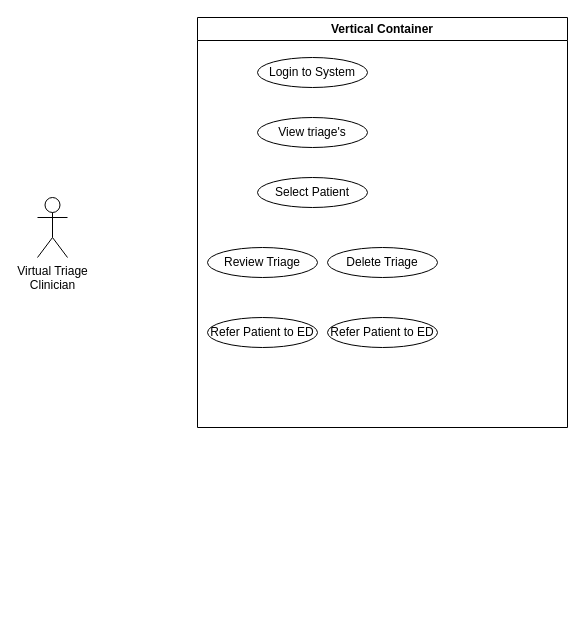
Earlier version of the draw.io diagram Untitled Diagram.drawio (SENG-350-Team-10/Team10). Source tidied: cells renumbered, new cells numbered last; positions are measured from the earlier drawing's top-left corner, leaving out a move shared by most shapes. Both pictures are drawn from the tidied source at 100%, with x=0, y=0 at pixel (37, 17).
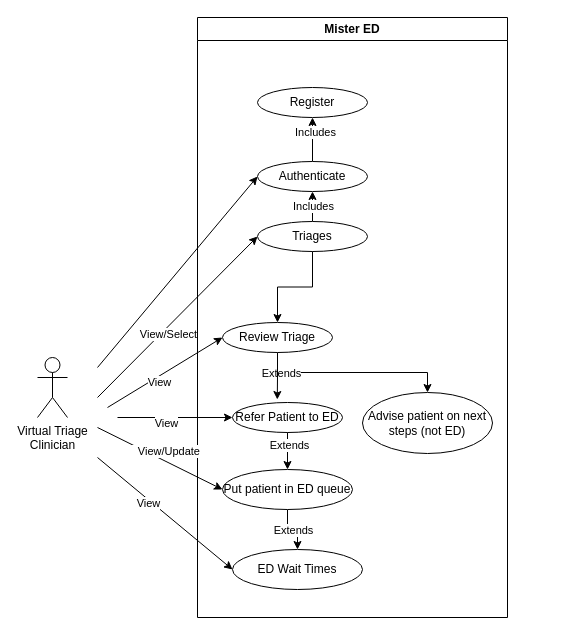
The same diagram, later.

What changed in the source:
```diff
@@
     <mxCell id="2" value="&lt;div&gt;Virtual Triage&lt;/div&gt;&lt;div&gt;Clinician&lt;br&gt;&lt;/div&gt;" style="shape=umlActor;verticalLabelPosition=bottom;verticalAlign=top;html=1;" parent="1" vertex="1">
-      <mxGeometry y="180" width="30" height="60" as="geometry" />
+      <mxGeometry y="340" width="30" height="60" as="geometry" />
     </mxCell>
-    <mxCell id="3" value="Vertical Container" style="swimlane;whiteSpace=wrap;html=1;" parent="1" vertex="1">
-      <mxGeometry x="160" width="370" height="410" as="geometry" />
+    <mxCell id="3" value="Mister ED" style="swimlane;whiteSpace=wrap;html=1;" parent="1" vertex="1">
+      <mxGeometry x="160" width="310" height="600" as="geometry" />
     </mxCell>
+    <mxCell id="11" style="edgeStyle=orthogonalEdgeStyle;rounded=0;jettySize=auto;html=1;exitX=0.5;exitY=0;exitDx=0;exitDy=0;entryX=0.5;entryY=1;entryDx=0;entryDy=0;" parent="3" edge="1" source="4" target="21">
+      <mxGeometry relative="1" as="geometry" />
+    </mxCell>
+    <mxCell id="12" value="Includes" style="edgeLabel;html=1;align=center;verticalAlign=middle;" parent="11" vertex="1">
+      <mxGeometry x="0.36" y="-2" relative="1" as="geometry" />
+    </mxCell>
-    <mxCell id="4" value="Login to System" style="ellipse;whiteSpace=wrap;html=1;" parent="3" vertex="1">
-      <mxGeometry x="60" y="40" width="110" height="30" as="geometry" />
+    <mxCell id="4" value="Authenticate" style="ellipse;whiteSpace=wrap;html=1;" parent="3" vertex="1">
+      <mxGeometry x="60" y="144" width="110" height="30" as="geometry" />
     </mxCell>
+    <mxCell id="13" style="edgeStyle=orthogonalEdgeStyle;rounded=0;jettySize=auto;html=1;exitX=0.5;exitY=0;exitDx=0;exitDy=0;entryX=0.5;entryY=1;entryDx=0;entryDy=0;" parent="3" edge="1" source="5" target="4">
+      <mxGeometry relative="1" as="geometry" />
+    </mxCell>
+    <mxCell id="14" value="Includes" style="edgeLabel;html=1;align=center;verticalAlign=middle;" parent="13" vertex="1">
+      <mxGeometry x="0.05" relative="1" as="geometry" />
+    </mxCell>
-    <mxCell id="5" value="View triage's" style="ellipse;whiteSpace=wrap;html=1;" parent="3" vertex="1">
-      <mxGeometry x="60" y="100" width="110" height="30" as="geometry" />
+    <mxCell id="5" value="Triages" style="ellipse;whiteSpace=wrap;html=1;" parent="3" vertex="1">
+      <mxGeometry x="60" y="204" width="110" height="30" as="geometry" />
     </mxCell>
+    <mxCell id="15" style="edgeStyle=orthogonalEdgeStyle;rounded=0;jettySize=auto;html=1;exitX=0.5;exitY=1;exitDx=0;exitDy=0;entryX=0.5;entryY=0;entryDx=0;entryDy=0;" parent="3" edge="1" source="6" target="10">
+      <mxGeometry relative="1" as="geometry" />
+    </mxCell>
+    <mxCell id="16" value="Extends" style="edgeLabel;html=1;align=center;verticalAlign=middle;" parent="15" vertex="1">
+      <mxGeometry x="-0.76" relative="1" as="geometry" />
+    </mxCell>
+    <mxCell id="17" style="edgeStyle=orthogonalEdgeStyle;rounded=0;jettySize=auto;html=1;exitX=0.5;exitY=1;exitDx=0;exitDy=0;" parent="3" edge="1" source="6">
+      <mxGeometry relative="1" as="geometry">
+        <mxPoint x="79.8" y="382" as="targetPoint" />
+      </mxGeometry>
+    </mxCell>
     <mxCell id="6" value="&lt;div&gt;Review Triage&lt;/div&gt;" style="ellipse;whiteSpace=wrap;html=1;" parent="3" vertex="1">
-      <mxGeometry x="10" y="230" width="110" height="30" as="geometry" />
+      <mxGeometry x="25" y="305" width="110" height="30" as="geometry" />
     </mxCell>
-    <mxCell id="7" value="Select Patient" style="ellipse;whiteSpace=wrap;html=1;" parent="3" vertex="1">
-      <mxGeometry x="60" y="160" width="110" height="30" as="geometry" />
-    </mxCell>
-    <mxCell id="8" value="&lt;div&gt;Delete Triage&lt;br&gt;&lt;/div&gt;" style="ellipse;whiteSpace=wrap;html=1;" parent="3" vertex="1">
-      <mxGeometry x="130" y="230" width="110" height="30" as="geometry" />
-    </mxCell>
+    <mxCell id="18" style="edgeStyle=orthogonalEdgeStyle;rounded=0;jettySize=auto;html=1;exitX=0.5;exitY=1;exitDx=0;exitDy=0;entryX=0.5;entryY=0;entryDx=0;entryDy=0;" parent="3" edge="1" source="9" target="22">
+      <mxGeometry relative="1" as="geometry" />
+    </mxCell>
+    <mxCell id="19" value="Extends" style="edgeLabel;html=1;align=center;verticalAlign=middle;" parent="18" vertex="1">
+      <mxGeometry x="-0.01" relative="1" as="geometry" />
+    </mxCell>
-    <mxCell id="9" value="Refer Patient to ED" style="ellipse;whiteSpace=wrap;html=1;" parent="3" vertex="1">
-      <mxGeometry x="10" y="300" width="110" height="30" as="geometry" />
+    <mxCell id="9" value="Put patient in ED queue" style="ellipse;whiteSpace=wrap;html=1;" parent="3" vertex="1">
+      <mxGeometry x="25" y="452" width="130" height="40" as="geometry" />
     </mxCell>
-    <mxCell id="10" value="Refer Patient to ED" style="ellipse;whiteSpace=wrap;html=1;" parent="3" vertex="1">
-      <mxGeometry x="130" y="300" width="110" height="30" as="geometry" />
+    <mxCell id="10" value="Advise patient on next steps (not ED)" style="ellipse;whiteSpace=wrap;html=1;" parent="3" vertex="1">
+      <mxGeometry x="165" y="375" width="130" height="61" as="geometry" />
     </mxCell>
+    <mxCell id="20" style="edgeStyle=orthogonalEdgeStyle;rounded=0;jettySize=auto;html=1;exitX=0.5;exitY=1;exitDx=0;exitDy=0;" parent="3" edge="1" source="5" target="6">
+      <mxGeometry relative="1" as="geometry" />
+    </mxCell>
+    <mxCell id="21" value="Register" style="ellipse;whiteSpace=wrap;html=1;" parent="3" vertex="1">
+      <mxGeometry x="60" y="70" width="110" height="30" as="geometry" />
+    </mxCell>
+    <mxCell id="22" value="ED Wait Times" style="ellipse;whiteSpace=wrap;html=1;" parent="3" vertex="1">
+      <mxGeometry x="35" y="532" width="130" height="40" as="geometry" />
+    </mxCell>
+    <mxCell id="23" value="Refer Patient to ED" style="ellipse;whiteSpace=wrap;html=1;" parent="1" vertex="1">
+      <mxGeometry x="195" y="385" width="110" height="30" as="geometry" />
+    </mxCell>
+    <mxCell id="24" style="endArrow=classic;html=1;rounded=0;entryX=0;entryY=0.5;entryDx=0;entryDy=0;" parent="1" edge="1" target="9">
+      <mxGeometry relative="1" as="geometry">
+        <mxPoint x="60" y="410" as="sourcePoint" />
+      </mxGeometry>
+    </mxCell>
+    <mxCell id="25" value="&lt;div align=&quot;center&quot;&gt;&amp;nbsp;&amp;nbsp;&amp;nbsp;&amp;nbsp;&amp;nbsp;&amp;nbsp;&amp;nbsp;&amp;nbsp;&amp;nbsp;&amp;nbsp;&amp;nbsp;&amp;nbsp;&amp;nbsp; View/Update&lt;/div&gt;" style="edgeLabel;html=1;align=center;verticalAlign=middle;" parent="24" vertex="1">
+      <mxGeometry x="-0.22" y="2" relative="1" as="geometry">
+        <mxPoint y="1" as="offset" />
+      </mxGeometry>
+    </mxCell>
+    <mxCell id="26" style="endArrow=classic;html=1;rounded=0;entryX=0;entryY=0.5;entryDx=0;entryDy=0;" parent="1" edge="1" target="4">
+      <mxGeometry relative="1" as="geometry">
+        <mxPoint x="60" y="350" as="sourcePoint" />
+      </mxGeometry>
+    </mxCell>
+    <mxCell id="27" style="endArrow=classic;html=1;rounded=0;entryX=0;entryY=0.5;entryDx=0;entryDy=0;" parent="1" edge="1" target="5">
+      <mxGeometry relative="1" as="geometry">
+        <mxPoint x="60" y="380" as="sourcePoint" />
+      </mxGeometry>
+    </mxCell>
+    <mxCell id="28" value="View/Select" style="edgeLabel;html=1;align=center;verticalAlign=middle;" parent="27" vertex="1">
+      <mxGeometry x="-0.16" y="-5" relative="1" as="geometry" />
+    </mxCell>
+    <mxCell id="29" style="edgeStyle=orthogonalEdgeStyle;rounded=0;jettySize=auto;html=1;exitX=0.5;exitY=1;exitDx=0;exitDy=0;entryX=0.5;entryY=0;entryDx=0;entryDy=0;" parent="1" edge="1" source="23" target="9">
+      <mxGeometry relative="1" as="geometry" />
+    </mxCell>
+    <mxCell id="30" value="Extends" style="edgeLabel;html=1;align=center;verticalAlign=middle;" parent="29" vertex="1">
+      <mxGeometry x="-0.33" y="1" relative="1" as="geometry" />
+    </mxCell>
+    <mxCell id="31" style="endArrow=classic;html=1;rounded=0;entryX=0;entryY=0.5;entryDx=0;entryDy=0;" parent="1" edge="1" target="22">
+      <mxGeometry relative="1" as="geometry">
+        <mxPoint x="60" y="440" as="sourcePoint" />
+      </mxGeometry>
+    </mxCell>
+    <mxCell id="32" value="View" style="edgeLabel;html=1;align=center;verticalAlign=middle;" parent="31" vertex="1">
+      <mxGeometry x="-0.23" y="-3" relative="1" as="geometry" />
+    </mxCell>
+    <mxCell id="33" style="endArrow=classic;html=1;rounded=0;entryX=0;entryY=0.5;entryDx=0;entryDy=0;" parent="1" edge="1" target="6">
+      <mxGeometry relative="1" as="geometry">
+        <mxPoint x="70" y="390" as="sourcePoint" />
+      </mxGeometry>
+    </mxCell>
+    <mxCell id="34" value="View" style="edgeLabel;html=1;align=center;verticalAlign=middle;" parent="33" vertex="1">
+      <mxGeometry x="-0.16" y="-5" relative="1" as="geometry" />
+    </mxCell>
+    <mxCell id="35" style="endArrow=classic;html=1;rounded=0;entryX=0;entryY=0.5;entryDx=0;entryDy=0;" parent="1" edge="1" target="23">
+      <mxGeometry relative="1" as="geometry">
+        <mxPoint x="80" y="400" as="sourcePoint" />
+      </mxGeometry>
+    </mxCell>
+    <mxCell id="36" value="View" style="edgeLabel;html=1;align=center;verticalAlign=middle;" parent="35" vertex="1">
+      <mxGeometry x="-0.16" y="-5" relative="1" as="geometry" />
+    </mxCell>
```
